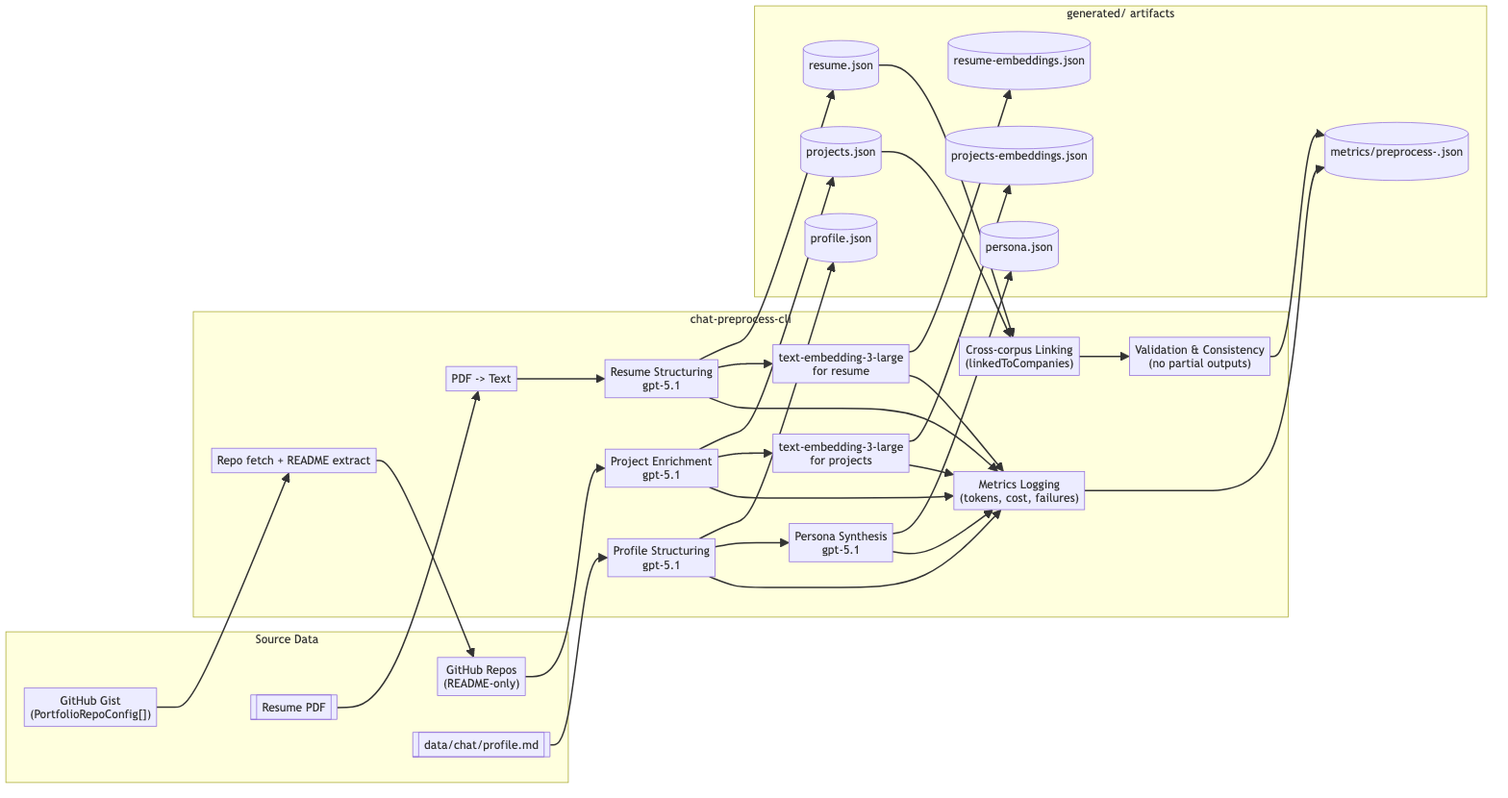
Earlier version of the Mermaid export generated-diagrams/portfolio-chat-preprocessing.png (Volpestyle/portfolio). Its source is kept beside it as generated-diagrams/portfolio-chat-preprocessing.mmd.
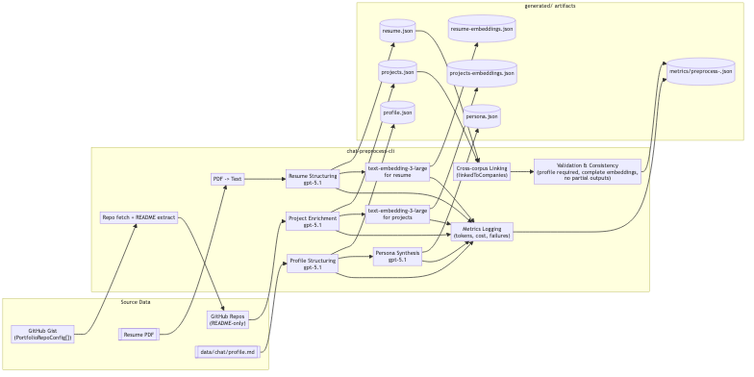
After the commit.

Change to the diagram source:
```diff
@@ -19,7 +19,7 @@
     PERSONA["Persona Synthesis\ngpt-5.1"]
 
     LINK["Cross-corpus Linking\n(linkedToCompanies)"]
-    VALIDATE["Validation & Consistency\n(no partial outputs)"]
+    VALIDATE["Validation & Consistency\n(profile required, complete embeddings,\nno partial outputs)"]
     METRICS["Metrics Logging\n(tokens, cost, failures)"]
   end
 
```
